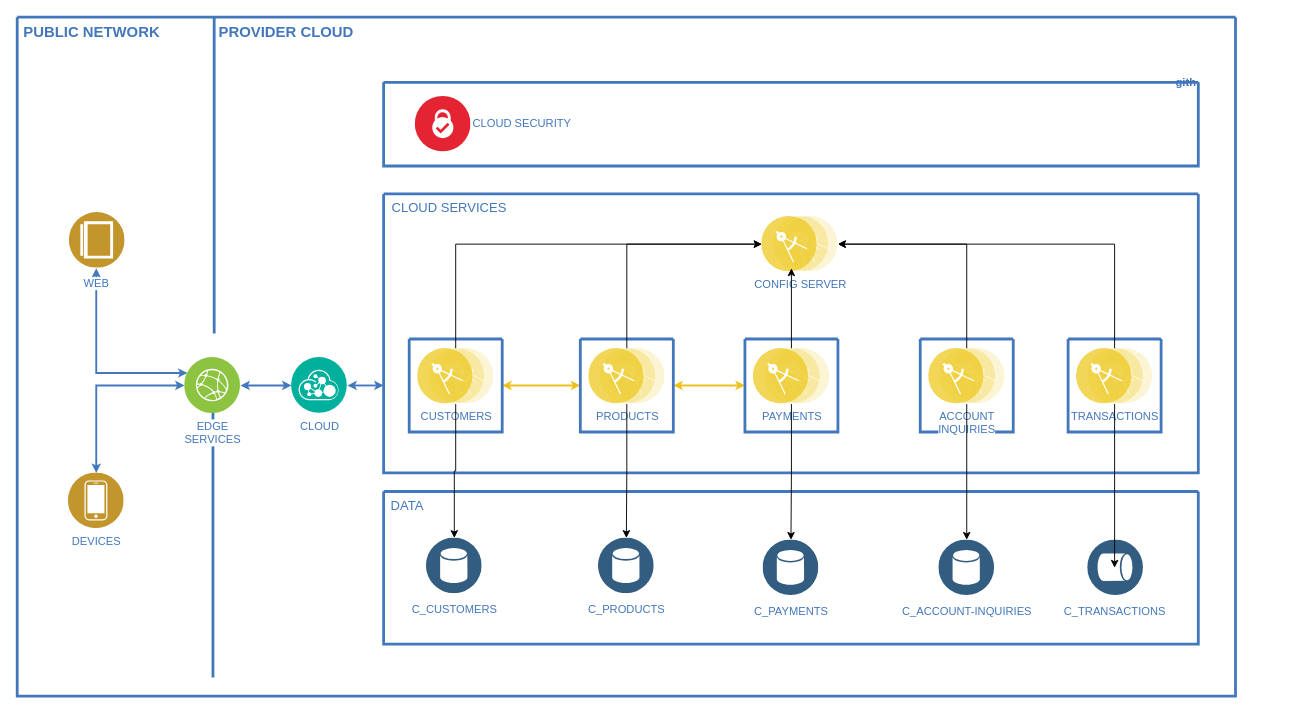
Earlier version of the draw.io diagram Diagrama proyecto 1.drawio (martinaguerob/bootcamp-diagrams). Source tidied: cells renumbered, new cells numbered last; positions are measured from the earlier drawing's top-left corner, leaving out a move shared by most shapes. Both pictures are drawn from the tidied source at 93%, with x=0, y=0 at pixel (17, 17).
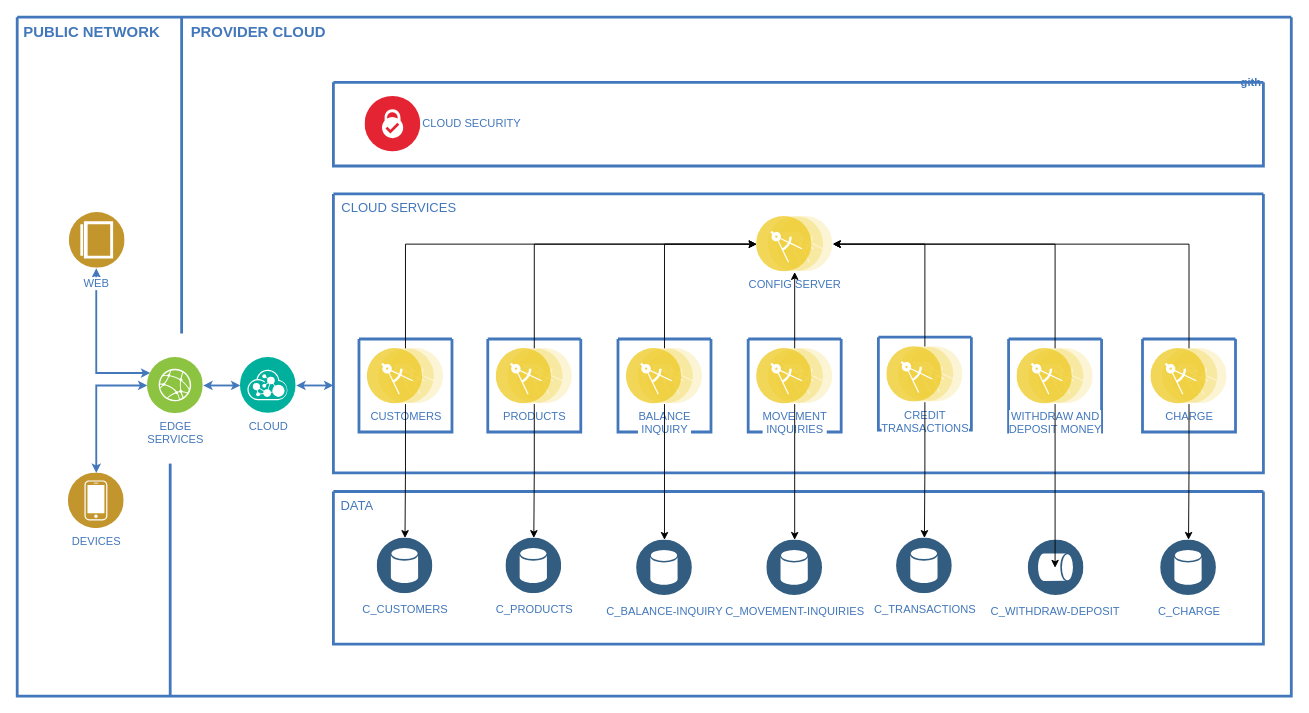
After the change.

Unchanged cells that the change refers to:
```xml
<mxCell id="19" style="swimlane;shadow=0;strokeColor=#4277BB;fillColor=#ffffff;fontColor=#4277BB;align=right;startSize=0;strokeWidth=3;" parent="16" vertex="1">
  <mxGeometry x="27.5" y="156" width="100" height="100" as="geometry" />
</mxCell>
<mxCell id="23" value="PRODUCTS" style="perimeter=ellipsePerimeter;html=1;align=center;shadow=0;dashed=0;image;image=img/lib/ibm/applications/microservice.svg;labelBackgroundColor=#ffffff;strokeColor=#666666;strokeWidth=3;fillColor=#C2952D;gradientColor=none;fontSize=12;fontColor=#4277BB;" parent="22" vertex="1">
  <mxGeometry x="9" y="10" width="82" height="60" as="geometry" />
</mxCell>
```

Change to the diagram source:
```diff
@@
     <mxCell id="2" style="swimlane;shadow=0;strokeColor=#4277BB;fillColor=#ffffff;fontColor=#4277BB;align=right;startSize=0;strokeWidth=3;" parent="1" vertex="1">
-      <mxGeometry width="1310" height="730" as="geometry" />
+      <mxGeometry width="1370" height="730" as="geometry" />
     </mxCell>
@@
     <mxCell id="4" style="line;strokeWidth=3;direction=south;html=1;shadow=0;labelBackgroundColor=none;fillColor=none;gradientColor=none;fontSize=12;fontColor=#4277BB;align=right;strokeColor=#4277BB;" parent="2" vertex="1">
-      <mxGeometry x="205" width="13.6" height="340" as="geometry" />
+      <mxGeometry x="170" width="13.6" height="340" as="geometry" />
     </mxCell>
     <mxCell id="5" value="PROVIDER CLOUD" style="text;html=1;align=left;verticalAlign=top;fontColor=#4277BB;shadow=0;dashed=0;strokeColor=none;fillColor=none;labelBackgroundColor=none;fontStyle=1;fontSize=16;spacingLeft=5;" parent="2" vertex="1">
-      <mxGeometry x="210" width="180" height="35" as="geometry" />
+      <mxGeometry x="180" width="180" height="35" as="geometry" />
     </mxCell>
     <mxCell id="6" style="line;strokeWidth=3;direction=south;html=1;shadow=0;labelBackgroundColor=none;fillColor=none;gradientColor=none;fontSize=12;fontColor=#4277BB;align=right;strokeColor=#4277BB;" parent="2" vertex="1">
-      <mxGeometry x="205" y="370" width="11" height="340" as="geometry" />
+      <mxGeometry x="159" y="480" width="11" height="250" as="geometry" />
     </mxCell>
     <mxCell id="7" value="gith" style="swimlane;shadow=0;strokeColor=#4277BB;fillColor=#ffffff;fontColor=#4277BB;align=right;startSize=0;strokeWidth=3;" parent="2" vertex="1">
-      <mxGeometry x="394" y="70" width="876" height="90" as="geometry" />
+      <mxGeometry x="340" y="70" width="1000" height="90" as="geometry" />
     </mxCell>
@@
     <mxCell id="13" value="EDGE&lt;div&gt;SERVICES&lt;/div&gt;" style="perimeter=ellipsePerimeter;html=1;align=center;shadow=0;dashed=0;image;image=img/lib/ibm/infrastructure/edge_services.svg;labelBackgroundColor=#ffffff;strokeColor=#666666;strokeWidth=3;fillColor=#C2952D;gradientColor=none;fontSize=12;fontColor=#4277BB;" parent="2" vertex="1">
-      <mxGeometry x="180" y="366" width="60" height="60" as="geometry" />
+      <mxGeometry x="140" y="366" width="60" height="60" as="geometry" />
     </mxCell>
@@
     <mxCell id="15" value="CLOUD" style="perimeter=ellipsePerimeter;html=1;align=center;shadow=0;dashed=0;image;image=img/lib/ibm/management/api_management.svg;labelBackgroundColor=#ffffff;strokeColor=#666666;strokeWidth=3;fillColor=#C2952D;gradientColor=none;fontSize=12;fontColor=#4277BB;" parent="2" vertex="1">
-      <mxGeometry x="295" y="366" width="60" height="60" as="geometry" />
+      <mxGeometry x="240" y="366" width="60" height="60" as="geometry" />
     </mxCell>
     <mxCell id="16" style="swimlane;shadow=0;strokeColor=#4277BB;fillColor=#ffffff;fontColor=#4277BB;align=right;startSize=0;strokeWidth=3;" parent="2" vertex="1">
-      <mxGeometry x="394" y="190" width="876" height="300" as="geometry" />
+      <mxGeometry x="340" y="190" width="1000" height="300" as="geometry" />
     </mxCell>
@@
-    <mxCell id="18" style="edgeStyle=orthogonalEdgeStyle;rounded=0;html=1;entryX=0;entryY=0.5;labelBackgroundColor=#ffffff;startArrow=classic;startFill=1;startSize=4;endArrow=classic;endFill=1;endSize=4;jettySize=auto;strokeColor=#EEC11B;strokeWidth=2;fontSize=14;fontColor=#4277BB;" parent="16" edge="1" source="19" target="22">
-      <mxGeometry relative="1" as="geometry" />
-    </mxCell>
@@
-    <mxCell id="21" style="edgeStyle=orthogonalEdgeStyle;rounded=0;html=1;entryX=0;entryY=0.5;labelBackgroundColor=#ffffff;startArrow=classic;startFill=1;startSize=4;endArrow=classic;endFill=1;endSize=4;jettySize=auto;strokeColor=#EEC11B;strokeWidth=2;fontSize=14;fontColor=#4277BB;" parent="16" edge="1" source="22" target="24">
-      <mxGeometry relative="1" as="geometry" />
-    </mxCell>
     <mxCell id="22" style="swimlane;shadow=0;strokeColor=#4277BB;fillColor=#ffffff;fontColor=#4277BB;align=right;startSize=0;strokeWidth=3;" parent="16" vertex="1">
-      <mxGeometry x="211.5" y="156" width="100" height="100" as="geometry" />
+      <mxGeometry x="166" y="156" width="100" height="100" as="geometry" />
     </mxCell>
@@
     <mxCell id="24" style="swimlane;shadow=0;strokeColor=#4277BB;fillColor=#ffffff;fontColor=#4277BB;align=right;startSize=0;strokeWidth=3;" parent="16" vertex="1">
-      <mxGeometry x="388.5" y="156" width="100" height="100" as="geometry" />
+      <mxGeometry x="870" y="156" width="100" height="100" as="geometry" />
     </mxCell>
-    <mxCell id="25" value="PAYMENTS&lt;br&gt;" style="perimeter=ellipsePerimeter;html=1;align=center;shadow=0;dashed=0;image;image=img/lib/ibm/applications/microservice.svg;labelBackgroundColor=#ffffff;strokeColor=#666666;strokeWidth=3;fillColor=#C2952D;gradientColor=none;fontSize=12;fontColor=#4277BB;" parent="24" vertex="1">
+    <mxCell id="25" value="CHARGE" style="perimeter=ellipsePerimeter;html=1;align=center;shadow=0;dashed=0;image;image=img/lib/ibm/applications/microservice.svg;labelBackgroundColor=#ffffff;strokeColor=#666666;strokeWidth=3;fillColor=#C2952D;gradientColor=none;fontSize=12;fontColor=#4277BB;" parent="24" vertex="1">
       <mxGeometry x="9" y="10" width="82" height="60" as="geometry" />
     </mxCell>
     <mxCell id="26" value="CONFIG SERVER" style="perimeter=ellipsePerimeter;html=1;align=center;shadow=0;dashed=0;image;image=img/lib/ibm/applications/microservice.svg;labelBackgroundColor=#ffffff;strokeColor=#666666;strokeWidth=3;fillColor=#C2952D;gradientColor=none;fontSize=12;fontColor=#4277BB;" parent="16" vertex="1">
-      <mxGeometry x="406.5" y="24" width="82" height="60" as="geometry" />
+      <mxGeometry x="455" y="24" width="82" height="60" as="geometry" />
     </mxCell>
@@
-    <mxCell id="28" style="edgeStyle=orthogonalEdgeStyle;rounded=0;jettySize=auto;html=1;" parent="16" edge="1" source="23" target="26">
-      <mxGeometry relative="1" as="geometry">
-        <Array as="points">
-          <mxPoint x="261" y="54" />
-        </Array>
-      </mxGeometry>
-    </mxCell>
     <mxCell id="29" style="swimlane;shadow=0;strokeColor=#4277BB;fillColor=#ffffff;fontColor=#4277BB;align=right;startSize=0;strokeWidth=3;" parent="16" vertex="1">
-      <mxGeometry x="577" y="156" width="100" height="100" as="geometry" />
+      <mxGeometry x="306" y="156" width="100" height="100" as="geometry" />
     </mxCell>
-    <mxCell id="30" value="ACCOUNT &lt;br&gt;INQUIRIES" style="perimeter=ellipsePerimeter;html=1;align=center;shadow=0;dashed=0;image;image=img/lib/ibm/applications/microservice.svg;labelBackgroundColor=#ffffff;strokeColor=#666666;strokeWidth=3;fillColor=#C2952D;gradientColor=none;fontSize=12;fontColor=#4277BB;" parent="29" vertex="1">
+    <mxCell id="30" value="BALANCE&lt;br&gt;INQUIRY" style="perimeter=ellipsePerimeter;html=1;align=center;shadow=0;dashed=0;image;image=img/lib/ibm/applications/microservice.svg;labelBackgroundColor=#ffffff;strokeColor=#666666;strokeWidth=3;fillColor=#C2952D;gradientColor=none;fontSize=12;fontColor=#4277BB;" parent="29" vertex="1">
       <mxGeometry x="9" y="10" width="82" height="60" as="geometry" />
     </mxCell>
     <mxCell id="31" style="swimlane;shadow=0;strokeColor=#4277BB;fillColor=#ffffff;fontColor=#4277BB;align=right;startSize=0;strokeWidth=3;" parent="16" vertex="1">
-      <mxGeometry x="736" y="156" width="100" height="100" as="geometry" />
+      <mxGeometry x="726" y="156" width="100" height="100" as="geometry" />
     </mxCell>
-    <mxCell id="32" value="TRANSACTIONS" style="perimeter=ellipsePerimeter;html=1;align=center;shadow=0;dashed=0;image;image=img/lib/ibm/applications/microservice.svg;labelBackgroundColor=#ffffff;strokeColor=#666666;strokeWidth=3;fillColor=#C2952D;gradientColor=none;fontSize=12;fontColor=#4277BB;" parent="31" vertex="1">
+    <mxCell id="32" value="WITHDRAW AND&lt;br&gt;DEPOSIT MONEY" style="perimeter=ellipsePerimeter;html=1;align=center;shadow=0;dashed=0;image;image=img/lib/ibm/applications/microservice.svg;labelBackgroundColor=#ffffff;strokeColor=#666666;strokeWidth=3;fillColor=#C2952D;gradientColor=none;fontSize=12;fontColor=#4277BB;" parent="31" vertex="1">
       <mxGeometry x="9" y="10" width="82" height="60" as="geometry" />
     </mxCell>
+    <mxCell id="28" style="edgeStyle=orthogonalEdgeStyle;rounded=0;jettySize=auto;html=1;exitX=0.5;exitY=0;exitDx=0;exitDy=0;entryX=0;entryY=0.5;entryDx=0;entryDy=0;" parent="16" edge="1" source="23" target="26">
+      <mxGeometry relative="1" as="geometry" />
+    </mxCell>
+    <mxCell id="35" style="edgeStyle=orthogonalEdgeStyle;rounded=0;jettySize=auto;html=1;exitX=0.5;exitY=0;exitDx=0;exitDy=0;entryX=0;entryY=0.5;entryDx=0;entryDy=0;" parent="16" edge="1" source="30" target="26">
+      <mxGeometry relative="1" as="geometry" />
+    </mxCell>
+    <mxCell id="34" style="edgeStyle=orthogonalEdgeStyle;rounded=0;jettySize=auto;html=1;exitX=0.5;exitY=0;exitDx=0;exitDy=0;entryX=1;entryY=0.5;entryDx=0;entryDy=0;" parent="16" edge="1" source="32" target="26">
+      <mxGeometry relative="1" as="geometry" />
+    </mxCell>
-    <mxCell id="33" style="edgeStyle=orthogonalEdgeStyle;rounded=0;jettySize=auto;html=1;entryX=0.39;entryY=0.933;entryDx=0;entryDy=0;entryPerimeter=0;" parent="16" edge="1" source="25" target="26">
+    <mxCell id="33" style="edgeStyle=orthogonalEdgeStyle;rounded=0;jettySize=auto;html=1;exitX=0.5;exitY=0;exitDx=0;exitDy=0;entryX=1;entryY=0.5;entryDx=0;entryDy=0;" parent="16" edge="1" source="25" target="26">
       <mxGeometry relative="1" as="geometry" />
     </mxCell>
-    <mxCell id="34" style="edgeStyle=orthogonalEdgeStyle;rounded=0;jettySize=auto;html=1;entryX=1;entryY=0.5;entryDx=0;entryDy=0;" parent="16" edge="1" source="32" target="26">
-      <mxGeometry relative="1" as="geometry">
-        <Array as="points">
-          <mxPoint x="786" y="54" />
-        </Array>
-      </mxGeometry>
-    </mxCell>
-    <mxCell id="35" style="edgeStyle=orthogonalEdgeStyle;rounded=0;jettySize=auto;html=1;exitX=0.5;exitY=0;exitDx=0;exitDy=0;entryX=1;entryY=0.5;entryDx=0;entryDy=0;" parent="16" edge="1" source="30" target="26">
-      <mxGeometry relative="1" as="geometry" />
-    </mxCell>
     <mxCell id="36" style="swimlane;shadow=0;strokeColor=#4277BB;fillColor=#ffffff;fontColor=#4277BB;align=right;startSize=0;strokeWidth=3;" parent="2" vertex="1">
-      <mxGeometry x="394" y="510" width="876" height="164" as="geometry" />
+      <mxGeometry x="340" y="510" width="1000" height="164" as="geometry" />
     </mxCell>
@@
     <mxCell id="38" value="C_CUSTOMERS" style="perimeter=ellipsePerimeter;html=1;align=center;shadow=0;dashed=0;fontColor=#4277BB;labelBackgroundColor=#ffffff;fontSize=12;spacingTop=3;image;image=img/lib/ibm/data/data_services.svg;" parent="36" vertex="1">
-      <mxGeometry x="46" y="50" width="60" height="60" as="geometry" />
+      <mxGeometry x="47" y="50" width="60" height="60" as="geometry" />
     </mxCell>
     <mxCell id="39" value="C_PRODUCTS" style="perimeter=ellipsePerimeter;html=1;align=center;shadow=0;dashed=0;fontColor=#4277BB;labelBackgroundColor=#ffffff;fontSize=12;spacingTop=3;image;image=img/lib/ibm/data/data_services.svg;" parent="36" vertex="1">
-      <mxGeometry x="231" y="50" width="60" height="60" as="geometry" />
+      <mxGeometry x="185.5" y="50" width="60" height="60" as="geometry" />
     </mxCell>
-    <mxCell id="40" value="C_PAYMENTS" style="perimeter=ellipsePerimeter;html=1;align=center;shadow=0;dashed=0;fontColor=#4277BB;labelBackgroundColor=#ffffff;fontSize=12;spacingTop=3;image;image=img/lib/ibm/data/data_services.svg;" parent="36" vertex="1">
-      <mxGeometry x="408" y="52" width="60" height="60" as="geometry" />
+    <mxCell id="40" value="C_CHARGE" style="perimeter=ellipsePerimeter;html=1;align=center;shadow=0;dashed=0;fontColor=#4277BB;labelBackgroundColor=#ffffff;fontSize=12;spacingTop=3;image;image=img/lib/ibm/data/data_services.svg;" parent="36" vertex="1">
+      <mxGeometry x="889.5" y="52" width="60" height="60" as="geometry" />
     </mxCell>
-    <mxCell id="41" value="C_ACCOUNT-INQUIRIES" style="perimeter=ellipsePerimeter;html=1;align=center;shadow=0;dashed=0;fontColor=#4277BB;labelBackgroundColor=#ffffff;fontSize=12;spacingTop=3;image;image=img/lib/ibm/data/data_services.svg;" parent="36" vertex="1">
-      <mxGeometry x="597" y="52" width="60" height="60" as="geometry" />
+    <mxCell id="41" value="C_BALANCE-INQUIRY" style="perimeter=ellipsePerimeter;html=1;align=center;shadow=0;dashed=0;fontColor=#4277BB;labelBackgroundColor=#ffffff;fontSize=12;spacingTop=3;image;image=img/lib/ibm/data/data_services.svg;" parent="36" vertex="1">
+      <mxGeometry x="326" y="52" width="60" height="60" as="geometry" />
     </mxCell>
-    <mxCell id="42" value="C_TRANSACTIONS" style="perimeter=ellipsePerimeter;html=1;align=center;shadow=0;dashed=0;fontColor=#4277BB;labelBackgroundColor=#ffffff;fontSize=12;spacingTop=3;image;image=img/lib/ibm/data/data_services.svg;direction=south;" parent="36" vertex="1">
-      <mxGeometry x="756" y="52" width="60" height="60" as="geometry" />
+    <mxCell id="42" value="C_WITHDRAW-DEPOSIT" style="perimeter=ellipsePerimeter;html=1;align=center;shadow=0;dashed=0;fontColor=#4277BB;labelBackgroundColor=#ffffff;fontSize=12;spacingTop=3;image;image=img/lib/ibm/data/data_services.svg;direction=south;" parent="36" vertex="1">
+      <mxGeometry x="746" y="52" width="60" height="60" as="geometry" />
     </mxCell>
+    <mxCell id="49" style="swimlane;shadow=0;strokeColor=#4277BB;fillColor=#ffffff;fontColor=#4277BB;align=right;startSize=0;strokeWidth=3;" parent="36" vertex="1">
+      <mxGeometry x="446" y="-164" width="100" height="100" as="geometry" />
+    </mxCell>
+    <mxCell id="50" value="MOVEMENT&lt;br&gt;INQUIRIES" style="perimeter=ellipsePerimeter;html=1;align=center;shadow=0;dashed=0;image;image=img/lib/ibm/applications/microservice.svg;labelBackgroundColor=#ffffff;strokeColor=#666666;strokeWidth=3;fillColor=#C2952D;gradientColor=none;fontSize=12;fontColor=#4277BB;" parent="49" vertex="1">
+      <mxGeometry x="9" y="10" width="82" height="60" as="geometry" />
+    </mxCell>
+    <mxCell id="51" value="C_MOVEMENT-INQUIRIES" style="perimeter=ellipsePerimeter;html=1;align=center;shadow=0;dashed=0;fontColor=#4277BB;labelBackgroundColor=#ffffff;fontSize=12;spacingTop=3;image;image=img/lib/ibm/data/data_services.svg;" parent="36" vertex="1">
+      <mxGeometry x="466" y="52" width="60" height="60" as="geometry" />
+    </mxCell>
+    <mxCell id="52" style="edgeStyle=orthogonalEdgeStyle;rounded=0;jettySize=auto;html=1;" parent="36" edge="1" source="50" target="51">
+      <mxGeometry relative="1" as="geometry" />
+    </mxCell>
+    <mxCell id="53" style="swimlane;shadow=0;strokeColor=#4277BB;fillColor=#ffffff;fontColor=#4277BB;align=right;startSize=0;strokeWidth=3;" parent="36" vertex="1">
+      <mxGeometry x="586" y="-166" width="100" height="100" as="geometry" />
+    </mxCell>
+    <mxCell id="54" value="CREDIT&lt;br&gt;TRANSACTIONS" style="perimeter=ellipsePerimeter;html=1;align=center;shadow=0;dashed=0;image;image=img/lib/ibm/applications/microservice.svg;labelBackgroundColor=#ffffff;strokeColor=#666666;strokeWidth=3;fillColor=#C2952D;gradientColor=none;fontSize=12;fontColor=#4277BB;" parent="53" vertex="1">
+      <mxGeometry x="9" y="10" width="82" height="60" as="geometry" />
+    </mxCell>
+    <mxCell id="55" value="C_TRANSACTIONS" style="perimeter=ellipsePerimeter;html=1;align=center;shadow=0;dashed=0;fontColor=#4277BB;labelBackgroundColor=#ffffff;fontSize=12;spacingTop=3;image;image=img/lib/ibm/data/data_services.svg;" parent="36" vertex="1">
+      <mxGeometry x="605.5" y="50" width="60" height="60" as="geometry" />
+    </mxCell>
+    <mxCell id="56" style="edgeStyle=orthogonalEdgeStyle;rounded=0;jettySize=auto;html=1;" parent="36" edge="1" source="54" target="55">
+      <mxGeometry relative="1" as="geometry" />
+    </mxCell>
@@
+    <mxCell id="57" style="edgeStyle=orthogonalEdgeStyle;rounded=0;jettySize=auto;html=1;exitX=0.5;exitY=0;exitDx=0;exitDy=0;" parent="2" edge="1" source="50" target="26">
+      <mxGeometry relative="1" as="geometry" />
+    </mxCell>
+    <mxCell id="58" style="edgeStyle=orthogonalEdgeStyle;rounded=0;jettySize=auto;html=1;exitX=0.5;exitY=0;exitDx=0;exitDy=0;entryX=1;entryY=0.5;entryDx=0;entryDy=0;" parent="2" edge="1" source="54" target="26">
+      <mxGeometry relative="1" as="geometry" />
+    </mxCell>
```
